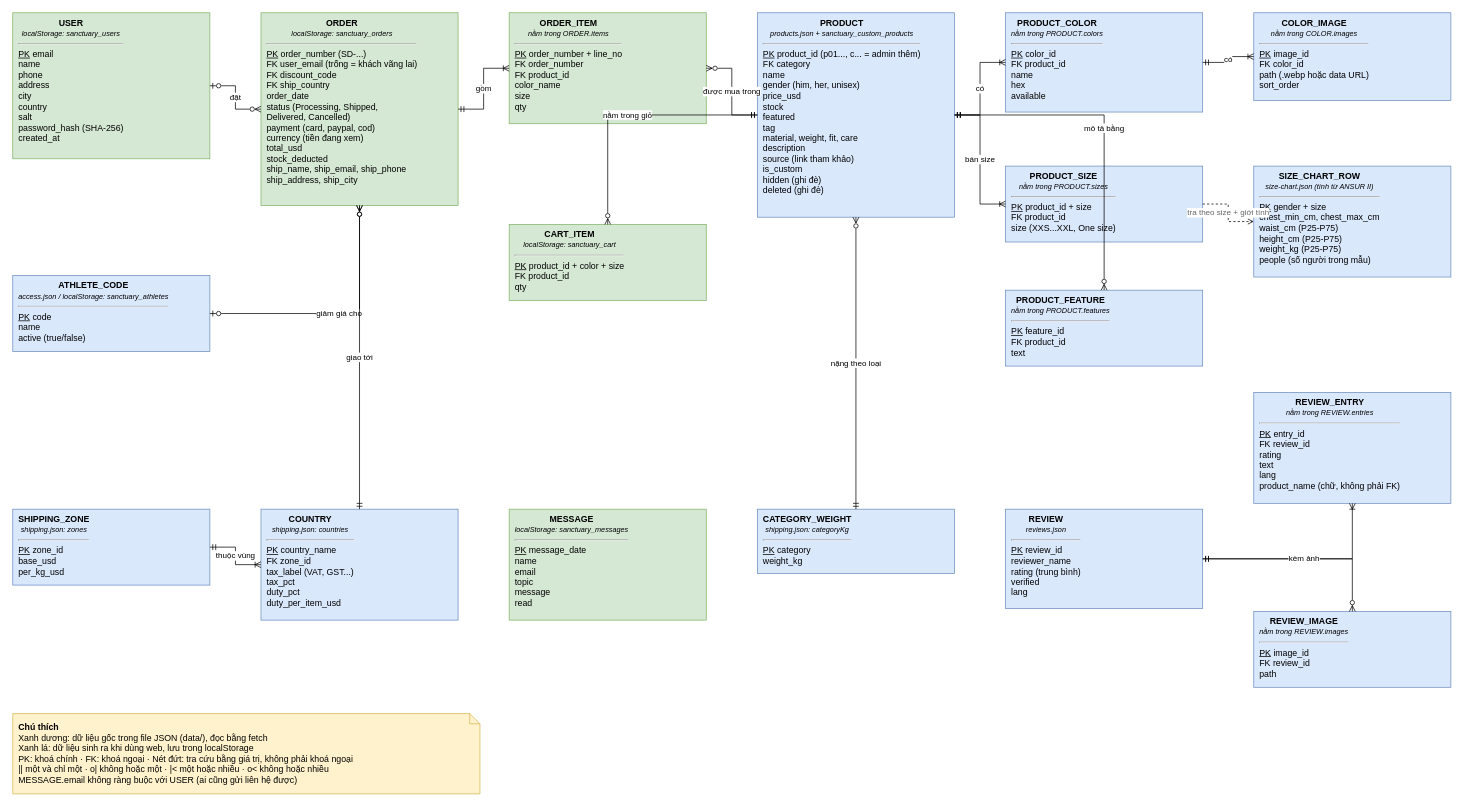
Earlier version of the draw.io diagram docs/diagrams/02-erd.drawio (thaikhuonganhduc/sanctuarydivinity). Source tidied: cells renumbered, new cells numbered last; positions are measured from the earlier drawing's top-left corner, leaving out a move shared by most shapes. Both pictures are drawn from the tidied source at 73%, with x=0, y=0 at pixel (12, 12).
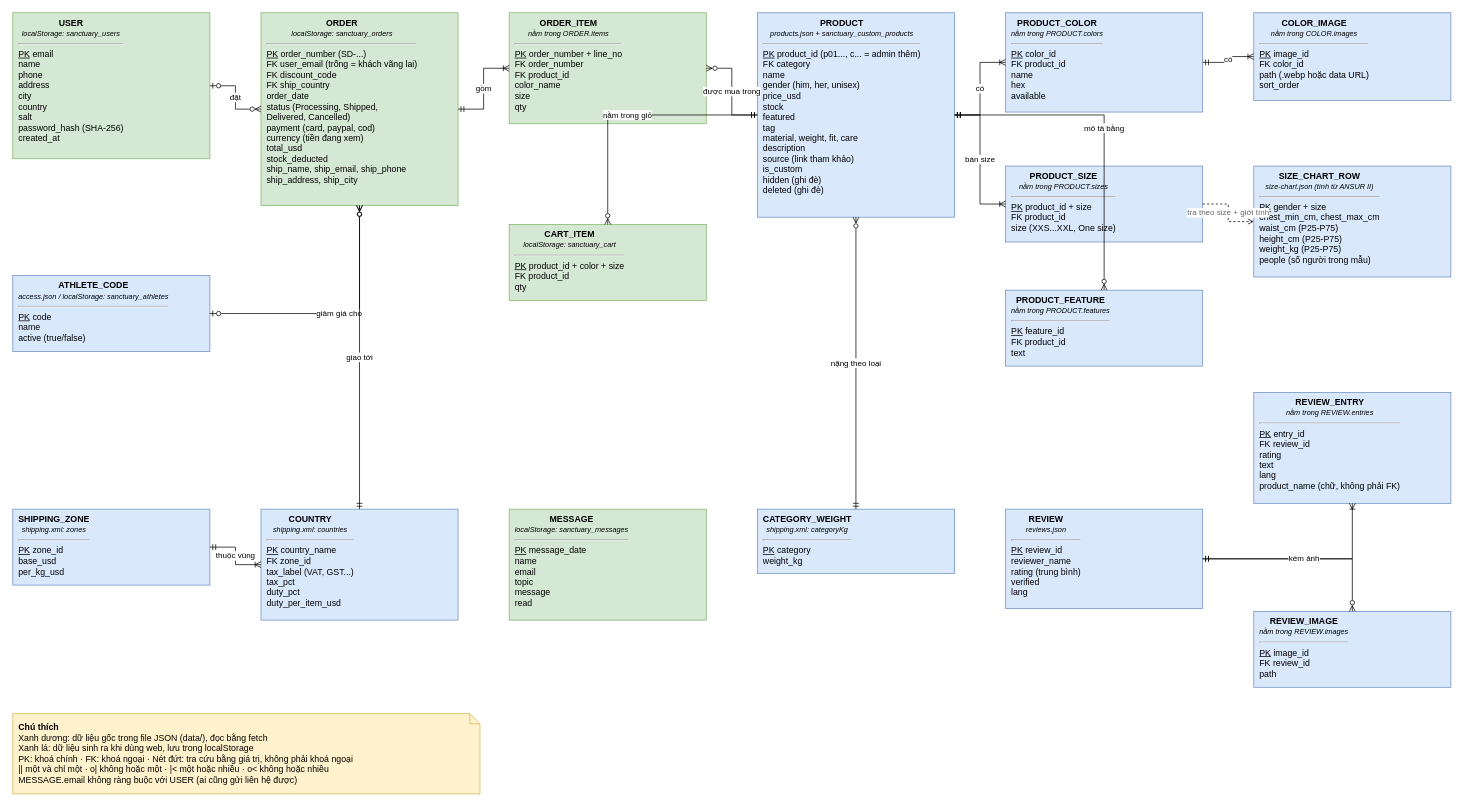
The same diagram, later.

Commit message (it also covers changes not shown here):
feat: read shipping data from XML with XMLHttpRequest

Change to the diagram source:
```diff
@@
-    <mxCell id="13" value="&lt;div style=&quot;text-align:center&quot;&gt;&lt;b&gt;SHIPPING_ZONE&lt;/b&gt;&lt;br&gt;&lt;i style=&quot;font-size:10px&quot;&gt;shipping.json: zones&lt;/i&gt;&lt;/div&gt;&lt;hr&gt;&lt;u&gt;PK&lt;/u&gt; zone_id&lt;br&gt;base_usd&lt;br&gt;per_kg_usd" style="rounded=0;whiteSpace=wrap;html=1;align=left;verticalAlign=top;spacingLeft=6;fillColor=#dae8fc;strokeColor=#6c8ebf;" parent="1" vertex="1">
+    <mxCell id="13" value="&lt;div style=&quot;text-align:center&quot;&gt;&lt;b&gt;SHIPPING_ZONE&lt;/b&gt;&lt;br&gt;&lt;i style=&quot;font-size:10px&quot;&gt;shipping.xml: zones&lt;/i&gt;&lt;/div&gt;&lt;hr&gt;&lt;u&gt;PK&lt;/u&gt; zone_id&lt;br&gt;base_usd&lt;br&gt;per_kg_usd" style="rounded=0;whiteSpace=wrap;html=1;align=left;verticalAlign=top;spacingLeft=6;fillColor=#dae8fc;strokeColor=#6c8ebf;" parent="1" vertex="1">
       <mxGeometry y="680" width="270" height="104" as="geometry" />
     </mxCell>
-    <mxCell id="14" value="&lt;div style=&quot;text-align:center&quot;&gt;&lt;b&gt;COUNTRY&lt;/b&gt;&lt;br&gt;&lt;i style=&quot;font-size:10px&quot;&gt;shipping.json: countries&lt;/i&gt;&lt;/div&gt;&lt;hr&gt;&lt;u&gt;PK&lt;/u&gt; country_name&lt;br&gt;FK zone_id&lt;br&gt;tax_label (VAT, GST...)&lt;br&gt;tax_pct&lt;br&gt;duty_pct&lt;br&gt;duty_per_item_usd" style="rounded=0;whiteSpace=wrap;html=1;align=left;verticalAlign=top;spacingLeft=6;fillColor=#dae8fc;strokeColor=#6c8ebf;" parent="1" vertex="1">
+    <mxCell id="14" value="&lt;div style=&quot;text-align:center&quot;&gt;&lt;b&gt;COUNTRY&lt;/b&gt;&lt;br&gt;&lt;i style=&quot;font-size:10px&quot;&gt;shipping.xml: countries&lt;/i&gt;&lt;/div&gt;&lt;hr&gt;&lt;u&gt;PK&lt;/u&gt; country_name&lt;br&gt;FK zone_id&lt;br&gt;tax_label (VAT, GST...)&lt;br&gt;tax_pct&lt;br&gt;duty_pct&lt;br&gt;duty_per_item_usd" style="rounded=0;whiteSpace=wrap;html=1;align=left;verticalAlign=top;spacingLeft=6;fillColor=#dae8fc;strokeColor=#6c8ebf;" parent="1" vertex="1">
       <mxGeometry x="340" y="680" width="270" height="152" as="geometry" />
     </mxCell>
-    <mxCell id="15" value="&lt;div style=&quot;text-align:center&quot;&gt;&lt;b&gt;CATEGORY_WEIGHT&lt;/b&gt;&lt;br&gt;&lt;i style=&quot;font-size:10px&quot;&gt;shipping.json: categoryKg&lt;/i&gt;&lt;/div&gt;&lt;hr&gt;&lt;u&gt;PK&lt;/u&gt; category&lt;br&gt;weight_kg" style="rounded=0;whiteSpace=wrap;html=1;align=left;verticalAlign=top;spacingLeft=6;fillColor=#dae8fc;strokeColor=#6c8ebf;" parent="1" vertex="1">
+    <mxCell id="15" value="&lt;div style=&quot;text-align:center&quot;&gt;&lt;b&gt;CATEGORY_WEIGHT&lt;/b&gt;&lt;br&gt;&lt;i style=&quot;font-size:10px&quot;&gt;shipping.xml: categoryKg&lt;/i&gt;&lt;/div&gt;&lt;hr&gt;&lt;u&gt;PK&lt;/u&gt; category&lt;br&gt;weight_kg" style="rounded=0;whiteSpace=wrap;html=1;align=left;verticalAlign=top;spacingLeft=6;fillColor=#dae8fc;strokeColor=#6c8ebf;" parent="1" vertex="1">
       <mxGeometry x="1020" y="680" width="270" height="88" as="geometry" />
     </mxCell>
```
